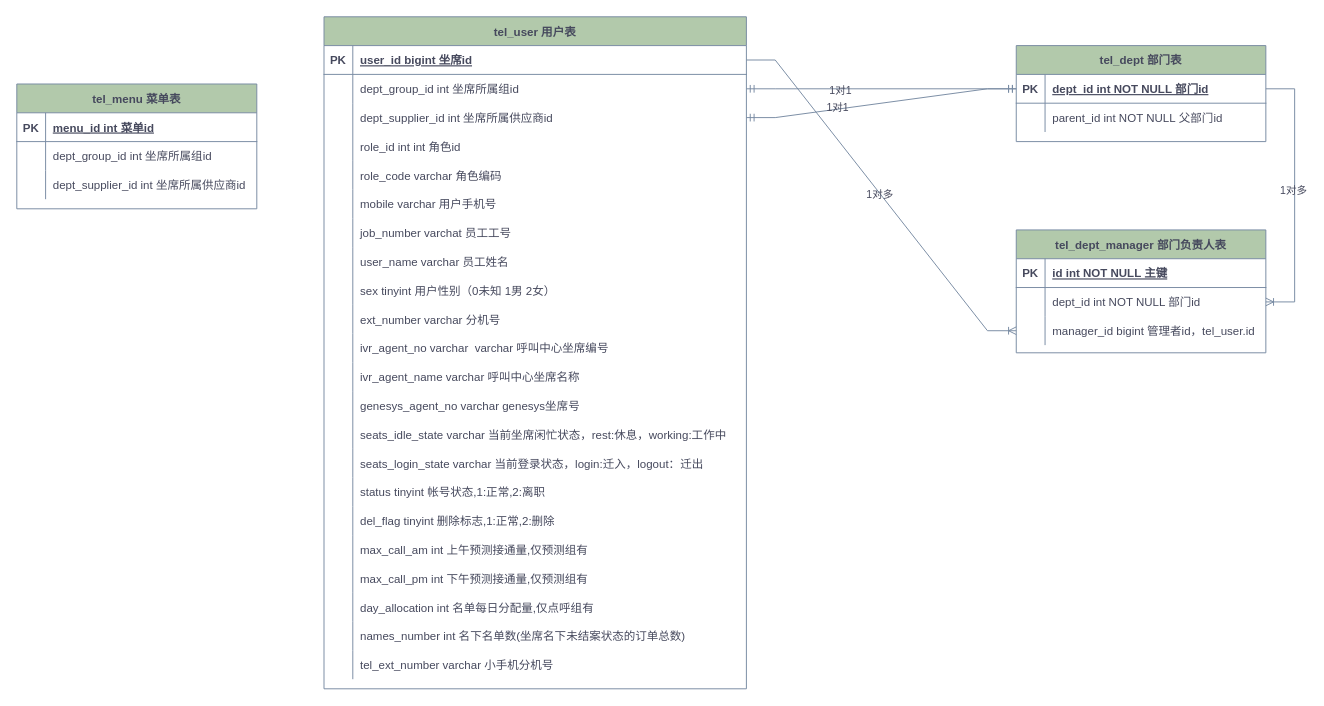
This is 电销系统ER图.drawio from yuanlj-tea/picgo, a draw.io file, before an edit. Source tidied: cells renumbered, new cells numbered last; positions are measured from the earlier drawing's top-left corner, leaving out a move shared by most shapes. Both pictures are drawn from the tidied source at 96%, with x=0, y=0 at pixel (16, 16).
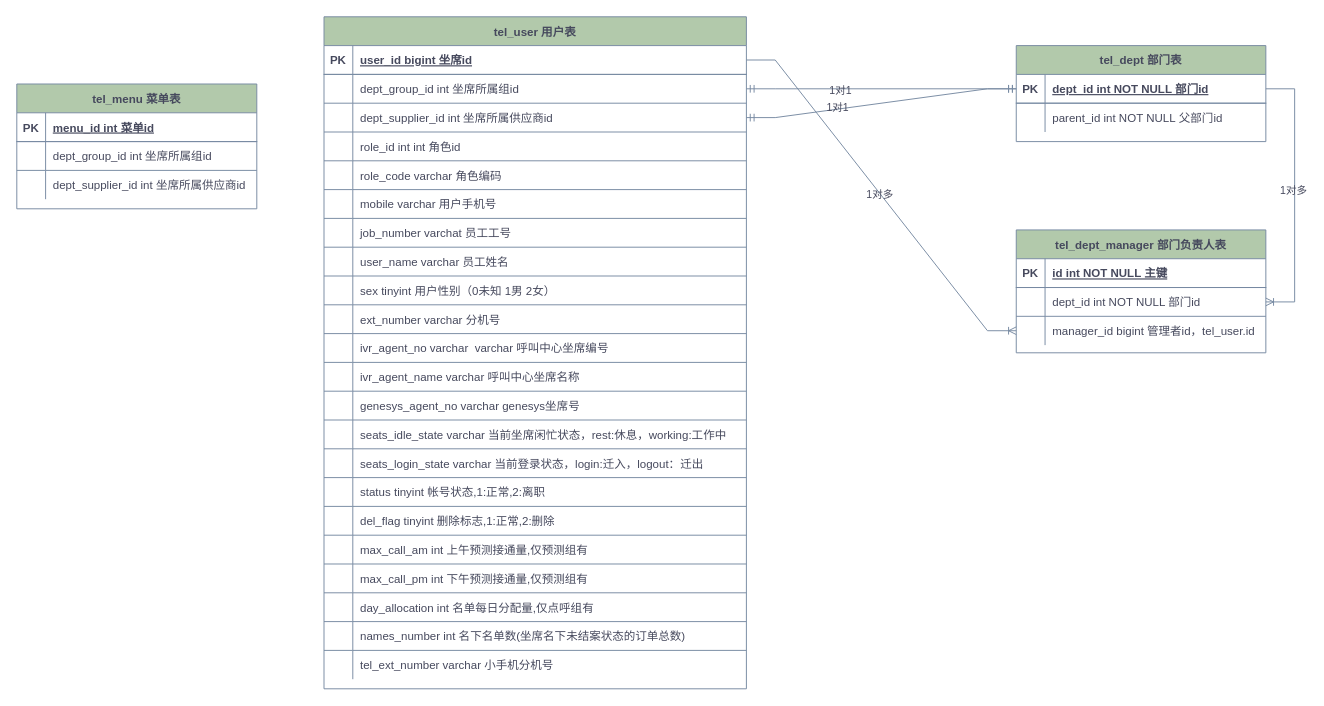
Above is the later version.

Commit message (it also covers changes not shown here):
更新电销系统ER图.drawio

Diff of the diagram source:
```diff
@@
-    <mxCell id="2" value="tel_dept 部门表" style="shape=table;startSize=30;childLayout=tableLayout;rowLines=0;fontStyle=1;align=center;labelBackgroundColor=none;fillColor=#B2C9AB;strokeColor=#788AA3;fontColor=#46495D;" parent="1" vertex="1">
+    <mxCell id="2" value="tel_dept 部门表" style="shape=table;startSize=30;childLayout=tableLayout;rowLines=1;fontStyle=1;align=center;labelBackgroundColor=none;fillColor=#B2C9AB;strokeColor=#788AA3;fontColor=#46495D;" parent="1" vertex="1">
       <mxGeometry x="1041.1" y="30" width="260" height="100" as="geometry" />
     </mxCell>
@@
-    <mxCell id="9" value="tel_dept_manager 部门负责人表" style="shape=table;startSize=30;childLayout=tableLayout;rowLines=0;fontStyle=1;align=center;labelBackgroundColor=none;fillColor=#B2C9AB;strokeColor=#788AA3;fontColor=#46495D;" parent="1" vertex="1">
+    <mxCell id="9" value="tel_dept_manager 部门负责人表" style="shape=table;startSize=30;childLayout=tableLayout;rowLines=1;fontStyle=1;align=center;labelBackgroundColor=none;fillColor=#B2C9AB;strokeColor=#788AA3;fontColor=#46495D;" parent="1" vertex="1">
       <mxGeometry x="1041.1" y="222" width="260" height="128" as="geometry" />
     </mxCell>
@@
-    <mxCell id="19" value="tel_user 用户表" style="shape=table;startSize=30;childLayout=tableLayout;rowLines=0;fontStyle=1;align=center;labelBackgroundColor=none;fillColor=#B2C9AB;strokeColor=#788AA3;fontColor=#46495D;" parent="1" vertex="1">
+    <mxCell id="19" value="tel_user 用户表" style="shape=table;startSize=30;childLayout=tableLayout;rowLines=1;fontStyle=1;align=center;labelBackgroundColor=none;fillColor=#B2C9AB;strokeColor=#788AA3;fontColor=#46495D;" parent="1" vertex="1">
       <mxGeometry x="320" width="440" height="700" as="geometry" />
     </mxCell>
@@
-    <mxCell id="94" value="tel_menu 菜单表" style="shape=table;startSize=30;childLayout=tableLayout;rowLines=0;fontStyle=1;align=center;labelBackgroundColor=none;fillColor=#B2C9AB;strokeColor=#788AA3;fontColor=#46495D;" parent="1" vertex="1">
+    <mxCell id="94" value="tel_menu 菜单表" style="shape=table;startSize=30;childLayout=tableLayout;rowLines=1;fontStyle=1;align=center;labelBackgroundColor=none;fillColor=#B2C9AB;strokeColor=#788AA3;fontColor=#46495D;" parent="1" vertex="1">
       <mxGeometry y="70" width="250" height="130" as="geometry" />
     </mxCell>
```
